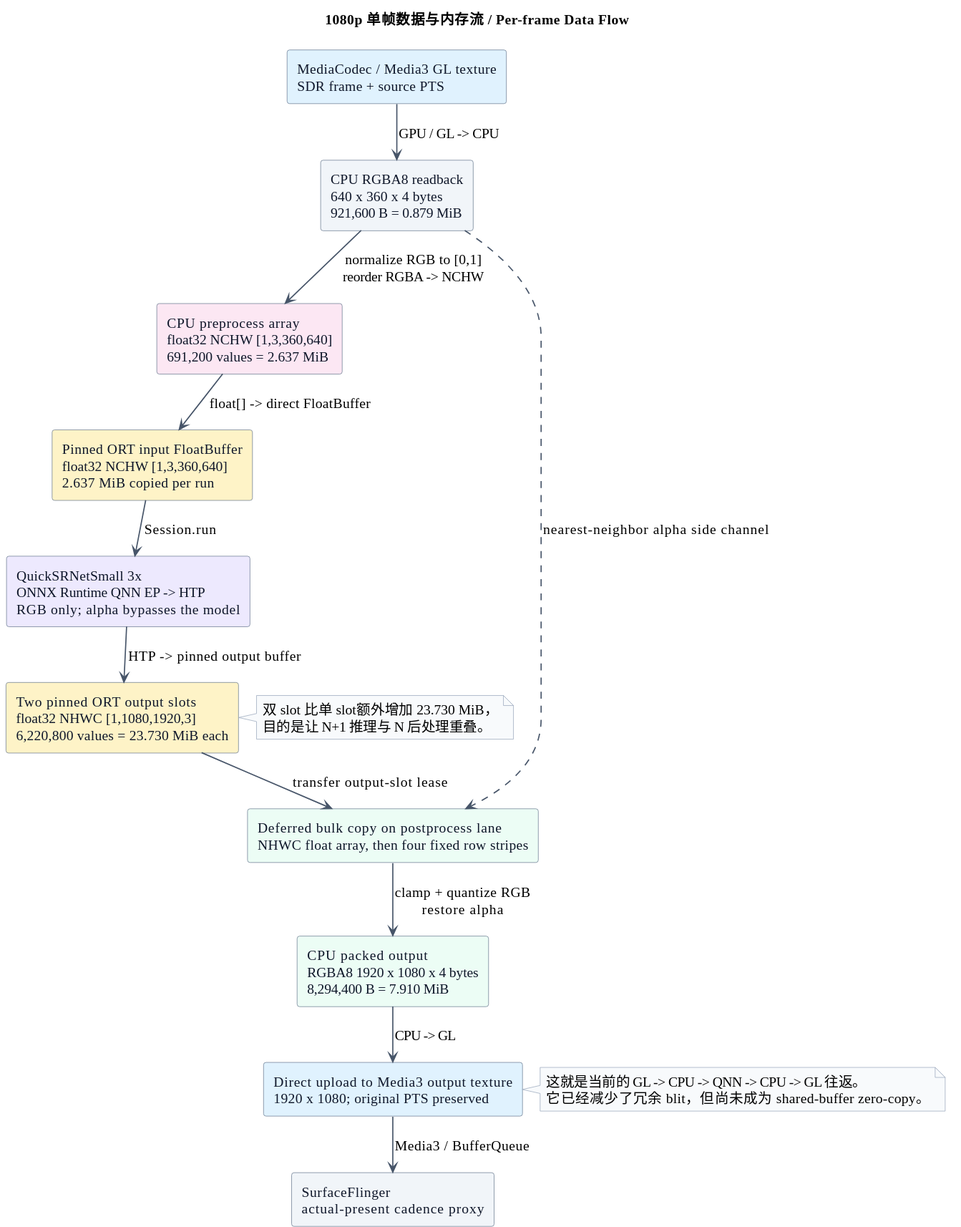
This is docs/diagrams/edge-frame-dataflow.svg from znbsf/quicksr-mobile-player-lab, a PlantUML export, as it was before one commit.
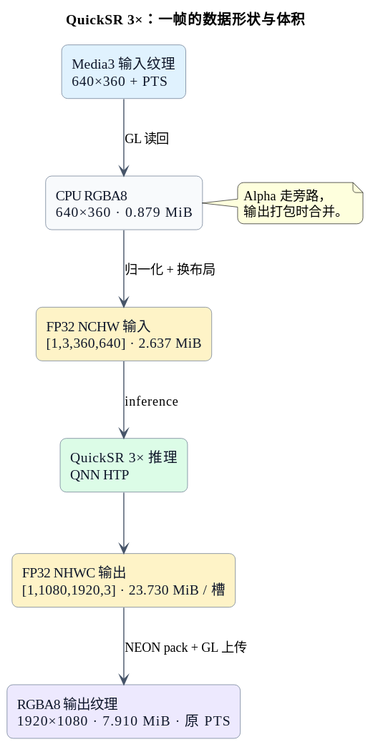
The same file after the commit.

Diff of the diagram source:
```diff
@@ -1,49 +1,34 @@
 @startuml
-!pragma layout smetana
-title 1080p 单帧数据与内存流 / Per-frame Data Flow
+title QuickSR 3×：一帧的数据形状与体积
 
-skinparam backgroundColor #FFFFFF
+skinparam defaultFontName Noto Sans SC
+skinparam backgroundColor white
 skinparam shadowing false
-skinparam defaultFontName Noto Sans SC
-skinparam defaultFontSize 14
+skinparam roundcorner 12
 skinparam ArrowColor #475569
-skinparam ArrowThickness 1.2
-skinparam rectangleBorderColor #64748B
-skinparam rectangleFontColor #0F172A
-skinparam noteBorderColor #94A3B8
-skinparam noteBackgroundColor #F8FAFC
+skinparam rectangle {
+  BackgroundColor #F8FAFC
+  BorderColor #64748B
+  FontColor #0F172A
+}
 
 top to bottom direction
 
-rectangle "MediaCodec / Media3 GL texture\nSDR frame + source PTS" as Decode #E0F2FE
-rectangle "CPU RGBA8 readback\n640 x 360 x 4 bytes\n921,600 B = 0.879 MiB" as Readback #F1F5F9
-rectangle "CPU preprocess array\nfloat32 NCHW [1,3,360,640]\n691,200 values = 2.637 MiB" as Nchw #FCE7F3
-rectangle "Pinned ORT input FloatBuffer\nfloat32 NCHW [1,3,360,640]\n2.637 MiB copied per run" as OrtInput #FEF3C7
-rectangle "QuickSRNetSmall 3x\nONNX Runtime QNN EP -> HTP\nRGB only; alpha bypasses the model" as Qnn #EDE9FE
-rectangle "Two pinned ORT output slots\nfloat32 NHWC [1,1080,1920,3]\n6,220,800 values = 23.730 MiB each" as OrtOutput #FEF3C7
-rectangle "Deferred bulk copy on postprocess lane\nNHWC float array, then four fixed row stripes" as CopyPack #ECFDF5
-rectangle "CPU packed output\nRGBA8 1920 x 1080 x 4 bytes\n8,294,400 B = 7.910 MiB" as RgbaOutput #ECFDF5
-rectangle "Direct upload to Media3 output texture\n1920 x 1080; original PTS preserved" as Upload #E0F2FE
-rectangle "SurfaceFlinger\nactual-present cadence proxy" as Surface #F1F5F9
+rectangle "Media3 输入纹理\n640×360 + PTS" as TEX #E0F2FE
+rectangle "CPU RGBA8\n640×360 · 0.879 MiB" as RGBA_IN #F8FAFC
+rectangle "FP32 NCHW 输入\n[1,3,360,640] · 2.637 MiB" as TENSOR_IN #FEF3C7
+rectangle "QuickSR 3× 推理\nQNN HTP" as QNN #DCFCE7
+rectangle "FP32 NHWC 输出\n[1,1080,1920,3] · 23.730 MiB / 槽" as TENSOR_OUT #FEF3C7
+rectangle "RGBA8 输出纹理\n1920×1080 · 7.910 MiB · 原 PTS" as RGBA_OUT #EDE9FE
 
-Decode --> Readback : GPU / GL -> CPU
-Readback --> Nchw : normalize RGB to [0,1]\nreorder RGBA -> NCHW
-Nchw --> OrtInput : float[] -> direct FloatBuffer
-OrtInput --> Qnn : Session.run
-Qnn --> OrtOutput : HTP -> pinned output buffer
-OrtOutput --> CopyPack : transfer output-slot lease
-Readback ..> CopyPack : nearest-neighbor alpha side channel
-CopyPack --> RgbaOutput : clamp + quantize RGB\nrestore alpha
-RgbaOutput --> Upload : CPU -> GL
-Upload --> Surface : Media3 / BufferQueue
+TEX --> RGBA_IN : GL 读回
+RGBA_IN --> TENSOR_IN : 归一化 + 换布局
+TENSOR_IN --> QNN : inference
+QNN --> TENSOR_OUT
+TENSOR_OUT --> RGBA_OUT : NEON pack + GL 上传
 
-note right of OrtOutput
-  双 slot 比单 slot额外增加 23.730 MiB，
-  目的是让 N+1 推理与 N 后处理重叠。
-end note
-
-note right of Upload
-  这就是当前的 GL -> CPU -> QNN -> CPU -> GL 往返。
-  它已经减少了冗余 blit，但尚未成为 shared-buffer zero-copy。
+note right of RGBA_IN
+  Alpha 走旁路，
+  输出打包时合并。
 end note
 @enduml
```
